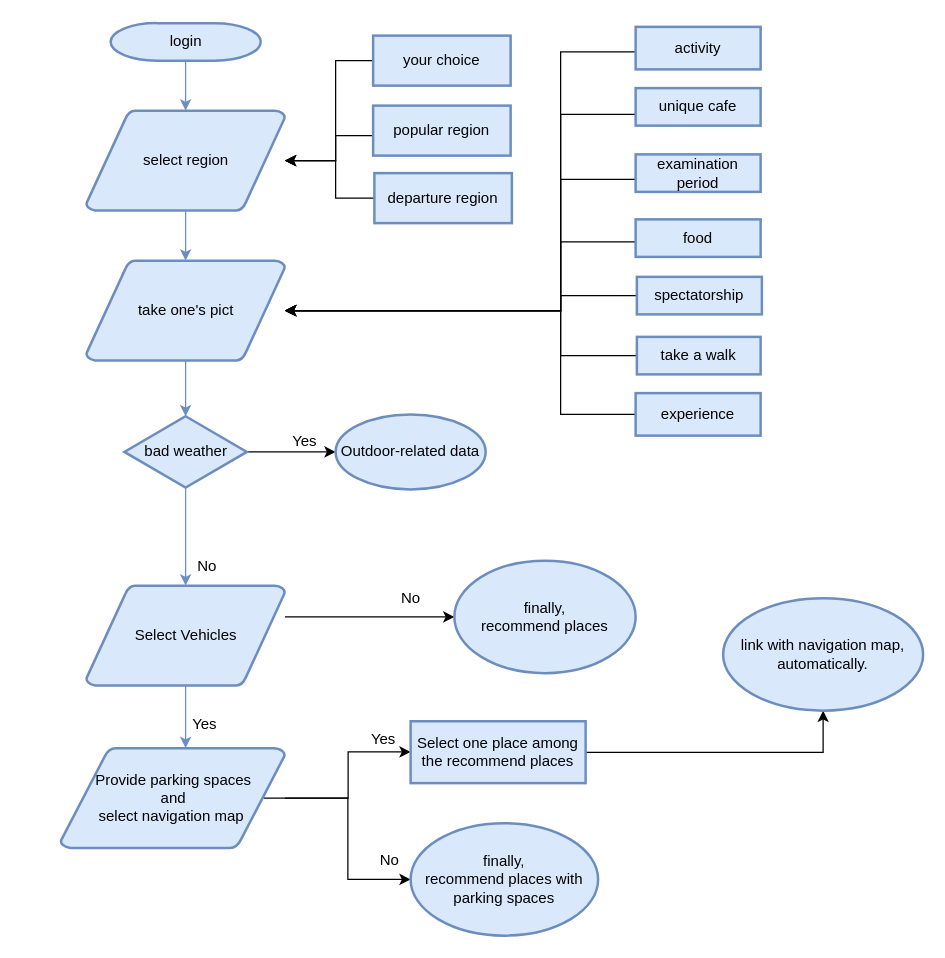
The draw.io diagram Untitled Diagram.drawio in LCR2001/OSS, before the edit. Source tidied: cells renumbered, new cells numbered last; positions are measured from the earlier drawing's top-left corner, leaving out a move shared by most shapes. Both pictures are drawn from the tidied source at 125%, with x=0, y=0 at pixel (60, 22).
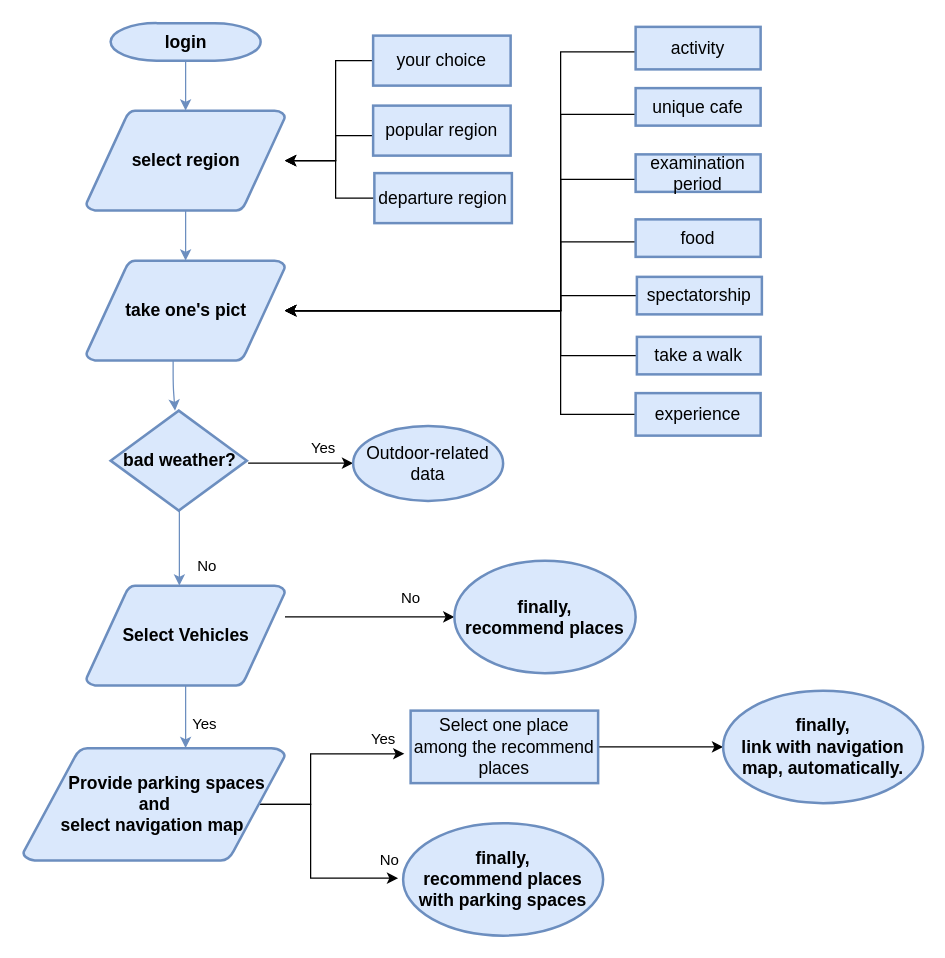
After the change.

Commit message:
The Spot Diagram drawio

The change refers to these unchanged cells:
```xml
<mxCell id="45" value="Yes" style="text;html=1;align=center;verticalAlign=middle;points=[];strokeColor=none;fillColor=none;" parent="1" vertex="1">
  <mxGeometry x="238" y="563" width="40" height="20" as="geometry" />
</mxCell>
```

Change to the diagram source:
```diff
@@
-    <mxCell id="2" value="login" style="shape=mxgraph.flowchart.terminator;strokeWidth=2;gradientDirection=north;fontStyle=0;html=1;fillColor=#dae8fc;strokeColor=#6c8ebf;" parent="1" vertex="1">
+    <mxCell id="2" value="&lt;b&gt;&lt;font style=&quot;font-size: 14px&quot;&gt;login&lt;/font&gt;&lt;/b&gt;" style="shape=mxgraph.flowchart.terminator;strokeWidth=2;gradientDirection=north;fontStyle=0;html=1;fillColor=#dae8fc;strokeColor=#6c8ebf;" parent="1" vertex="1">
       <mxGeometry x="40" width="120" height="30" as="geometry" />
     </mxCell>
@@
-    <mxCell id="6" value="select region" style="shape=mxgraph.flowchart.data;strokeWidth=2;gradientDirection=north;fontStyle=0;html=1;fillColor=#dae8fc;strokeColor=#6c8ebf;" parent="1" vertex="1">
+    <mxCell id="6" value="&lt;font style=&quot;font-size: 14px&quot;&gt;&lt;b&gt;select region&lt;/b&gt;&lt;/font&gt;" style="shape=mxgraph.flowchart.data;strokeWidth=2;gradientDirection=north;fontStyle=0;html=1;fillColor=#dae8fc;strokeColor=#6c8ebf;" parent="1" vertex="1">
       <mxGeometry x="20.5" y="70" width="159" height="80" as="geometry" />
     </mxCell>
@@
-    <mxCell id="8" value="Select Vehicles" style="shape=mxgraph.flowchart.data;strokeWidth=2;gradientDirection=north;fontStyle=0;html=1;fillColor=#dae8fc;strokeColor=#6c8ebf;" parent="1" vertex="1">
+    <mxCell id="8" value="&lt;font style=&quot;font-size: 14px&quot;&gt;&lt;b&gt;Select Vehicles&lt;/b&gt;&lt;/font&gt;" style="shape=mxgraph.flowchart.data;strokeWidth=2;gradientDirection=north;fontStyle=0;html=1;fillColor=#dae8fc;strokeColor=#6c8ebf;" parent="1" vertex="1">
       <mxGeometry x="20.5" y="450" width="159" height="80" as="geometry" />
     </mxCell>
@@
-    <mxCell id="16" value="take one's pict" style="shape=mxgraph.flowchart.data;strokeWidth=2;gradientDirection=north;fontStyle=0;html=1;fillColor=#dae8fc;strokeColor=#6c8ebf;" parent="1" vertex="1">
+    <mxCell id="16" value="&lt;font style=&quot;font-size: 14px&quot;&gt;&lt;b&gt;take one's pict&lt;/b&gt;&lt;/font&gt;" style="shape=mxgraph.flowchart.data;strokeWidth=2;gradientDirection=north;fontStyle=0;html=1;fillColor=#dae8fc;strokeColor=#6c8ebf;" parent="1" vertex="1">
       <mxGeometry x="20.5" y="190" width="159" height="80" as="geometry" />
     </mxCell>
-    <mxCell id="17" style="edgeStyle=orthogonalEdgeStyle;rounded=0;jettySize=auto;html=1;" parent="1" edge="1" source="18" target="37">
-      <mxGeometry relative="1" as="geometry" />
+    <mxCell id="17" style="edgeStyle=orthogonalEdgeStyle;rounded=0;jettySize=auto;html=1;" parent="1" edge="1" target="37">
+      <mxGeometry relative="1" as="geometry">
+        <mxPoint x="150" y="352" as="sourcePoint" />
+        <Array as="points">
+          <mxPoint x="180" y="352" />
+          <mxPoint x="180" y="352" />
+        </Array>
+      </mxGeometry>
     </mxCell>
-    <mxCell id="18" value="bad weather" style="shape=mxgraph.flowchart.decision;strokeWidth=2;gradientDirection=north;fontStyle=0;html=1;fillColor=#dae8fc;strokeColor=#6c8ebf;" parent="1" vertex="1">
-      <mxGeometry x="51" y="314.5" width="98" height="57" as="geometry" />
+    <mxCell id="18" value="&lt;b&gt;&lt;font style=&quot;font-size: 14px&quot;&gt;bad weather?&lt;/font&gt;&lt;/b&gt;" style="shape=mxgraph.flowchart.decision;strokeWidth=2;gradientDirection=north;fontStyle=0;html=1;fillColor=#dae8fc;strokeColor=#6c8ebf;" parent="1" vertex="1">
+      <mxGeometry x="40" y="310" width="109" height="80" as="geometry" />
     </mxCell>
@@
-    <mxCell id="21" style="entryX=0.5;entryY=0;entryPerimeter=0;fontStyle=1;strokeWidth=1;html=1;fillColor=#dae8fc;strokeColor=#6c8ebf;" parent="1" edge="1" source="16" target="18">
-      <mxGeometry relative="1" as="geometry" />
+    <mxCell id="21" style="fontStyle=1;strokeWidth=1;html=1;fillColor=#dae8fc;strokeColor=#6c8ebf;" parent="1" edge="1" target="18">
+      <mxGeometry relative="1" as="geometry">
+        <mxPoint x="90" y="270" as="sourcePoint" />
+        <Array as="points">
+          <mxPoint x="90" y="290" />
+        </Array>
+      </mxGeometry>
     </mxCell>
@@
-    <mxCell id="23" style="edgeStyle=orthogonalEdgeStyle;rounded=0;jettySize=auto;html=1;exitX=0.905;exitY=0.5;exitDx=0;exitDy=0;exitPerimeter=0;" parent="1" edge="1" source="25" target="44">
-      <mxGeometry relative="1" as="geometry">
-        <Array as="points">
-          <mxPoint x="230" y="620" />
-          <mxPoint x="230" y="583" />
-        </Array>
-      </mxGeometry>
-    </mxCell>
-    <mxCell id="24" style="edgeStyle=orthogonalEdgeStyle;rounded=0;jettySize=auto;html=1;" parent="1" edge="1" source="25" target="48">
-      <mxGeometry relative="1" as="geometry" />
-    </mxCell>
+    <mxCell id="49" style="edgeStyle=orthogonalEdgeStyle;rounded=0;jettySize=auto;html=1;exitX=0.905;exitY=0.5;exitDx=0;exitDy=0;exitPerimeter=0;entryX=0.925;entryY=1.075;entryDx=0;entryDy=0;entryPerimeter=0;fontSize=14;" parent="1" edge="1" source="25" target="45">
+      <mxGeometry relative="1" as="geometry">
+        <Array as="points">
+          <mxPoint x="200" y="625" />
+          <mxPoint x="200" y="585" />
+        </Array>
+      </mxGeometry>
+    </mxCell>
+    <mxCell id="50" style="edgeStyle=orthogonalEdgeStyle;rounded=0;jettySize=auto;html=1;exitX=0.905;exitY=0.5;exitDx=0;exitDy=0;exitPerimeter=0;fontSize=14;" parent="1" edge="1" source="25">
+      <mxGeometry relative="1" as="geometry">
+        <mxPoint x="270" y="684" as="targetPoint" />
+        <Array as="points">
+          <mxPoint x="200" y="625" />
+          <mxPoint x="200" y="684" />
+        </Array>
+      </mxGeometry>
+    </mxCell>
-    <mxCell id="25" value="Provide parking spaces&lt;br&gt;and&lt;br&gt;select navigation map&amp;nbsp;" style="shape=mxgraph.flowchart.data;strokeWidth=2;gradientDirection=north;fontStyle=0;html=1;fillColor=#dae8fc;strokeColor=#6c8ebf;" parent="1" vertex="1">
-      <mxGeometry y="580" width="179.5" height="80" as="geometry" />
+    <mxCell id="25" value="&lt;font style=&quot;font-size: 14px&quot;&gt;&lt;b&gt;&amp;nbsp; &amp;nbsp; &amp;nbsp;Provide parking spaces&lt;br&gt;and&lt;br&gt;select navigation map&amp;nbsp;&lt;/b&gt;&lt;/font&gt;" style="shape=mxgraph.flowchart.data;strokeWidth=2;gradientDirection=north;fontStyle=0;html=1;fillColor=#dae8fc;strokeColor=#6c8ebf;" parent="1" vertex="1">
+      <mxGeometry x="-30" y="580" width="209.5" height="90" as="geometry" />
     </mxCell>
@@
-    <mxCell id="27" value="your choice" style="whiteSpace=wrap;html=1;fontStyle=0;strokeColor=#6c8ebf;strokeWidth=2;fillColor=#dae8fc;gradientDirection=north;" parent="1" vertex="1">
+    <mxCell id="27" value="&lt;font style=&quot;font-size: 14px&quot;&gt;your choice&lt;/font&gt;" style="whiteSpace=wrap;html=1;fontStyle=0;strokeColor=#6c8ebf;strokeWidth=2;fillColor=#dae8fc;gradientDirection=north;" parent="1" vertex="1">
       <mxGeometry x="250" y="10" width="110" height="40" as="geometry" />
     </mxCell>
-    <mxCell id="28" value="popular region" style="whiteSpace=wrap;html=1;fontStyle=0;strokeColor=#6c8ebf;strokeWidth=2;fillColor=#dae8fc;gradientDirection=north;" parent="1" vertex="1">
+    <mxCell id="28" value="&lt;font style=&quot;font-size: 14px&quot;&gt;popular region&lt;/font&gt;" style="whiteSpace=wrap;html=1;fontStyle=0;strokeColor=#6c8ebf;strokeWidth=2;fillColor=#dae8fc;gradientDirection=north;" parent="1" vertex="1">
       <mxGeometry x="250" y="66" width="110" height="40" as="geometry" />
     </mxCell>
-    <mxCell id="29" value="departure region" style="whiteSpace=wrap;html=1;fontStyle=0;strokeColor=#6c8ebf;strokeWidth=2;fillColor=#dae8fc;gradientDirection=north;" parent="1" vertex="1">
+    <mxCell id="29" value="&lt;font style=&quot;font-size: 14px&quot;&gt;departure region&lt;/font&gt;" style="whiteSpace=wrap;html=1;fontStyle=0;strokeColor=#6c8ebf;strokeWidth=2;fillColor=#dae8fc;gradientDirection=north;" parent="1" vertex="1">
       <mxGeometry x="251" y="120" width="110" height="40" as="geometry" />
     </mxCell>
-    <mxCell id="30" value="activity" style="whiteSpace=wrap;html=1;fontStyle=0;strokeColor=#6c8ebf;strokeWidth=2;fillColor=#dae8fc;gradientDirection=north;" parent="1" vertex="1">
+    <mxCell id="30" value="&lt;font style=&quot;font-size: 14px&quot;&gt;activity&lt;/font&gt;" style="whiteSpace=wrap;html=1;fontStyle=0;strokeColor=#6c8ebf;strokeWidth=2;fillColor=#dae8fc;gradientDirection=north;" parent="1" vertex="1">
       <mxGeometry x="460" y="3" width="100" height="34" as="geometry" />
     </mxCell>
-    <mxCell id="31" value="unique cafe" style="whiteSpace=wrap;html=1;fontStyle=0;strokeColor=#6c8ebf;strokeWidth=2;fillColor=#dae8fc;gradientDirection=north;" parent="1" vertex="1">
+    <mxCell id="31" value="&lt;font style=&quot;font-size: 14px&quot;&gt;unique cafe&lt;/font&gt;" style="whiteSpace=wrap;html=1;fontStyle=0;strokeColor=#6c8ebf;strokeWidth=2;fillColor=#dae8fc;gradientDirection=north;" parent="1" vertex="1">
       <mxGeometry x="460" y="52" width="100" height="30" as="geometry" />
     </mxCell>
-    <mxCell id="32" value="examination period" style="whiteSpace=wrap;html=1;fontStyle=0;strokeColor=#6c8ebf;strokeWidth=2;fillColor=#dae8fc;gradientDirection=north;" parent="1" vertex="1">
+    <mxCell id="32" value="&lt;font style=&quot;font-size: 14px&quot;&gt;examination period&lt;/font&gt;" style="whiteSpace=wrap;html=1;fontStyle=0;strokeColor=#6c8ebf;strokeWidth=2;fillColor=#dae8fc;gradientDirection=north;" parent="1" vertex="1">
       <mxGeometry x="460" y="105" width="100" height="30" as="geometry" />
     </mxCell>
-    <mxCell id="33" value="food" style="whiteSpace=wrap;html=1;fontStyle=0;strokeColor=#6c8ebf;strokeWidth=2;fillColor=#dae8fc;gradientDirection=north;" parent="1" vertex="1">
+    <mxCell id="33" value="&lt;font style=&quot;font-size: 14px&quot;&gt;food&lt;/font&gt;" style="whiteSpace=wrap;html=1;fontStyle=0;strokeColor=#6c8ebf;strokeWidth=2;fillColor=#dae8fc;gradientDirection=north;" parent="1" vertex="1">
       <mxGeometry x="460" y="157" width="100" height="30" as="geometry" />
     </mxCell>
-    <mxCell id="34" value="spectatorship" style="whiteSpace=wrap;html=1;fontStyle=0;strokeColor=#6c8ebf;strokeWidth=2;fillColor=#dae8fc;gradientDirection=north;" parent="1" vertex="1">
+    <mxCell id="34" value="&lt;font style=&quot;font-size: 14px&quot;&gt;spectatorship&lt;/font&gt;" style="whiteSpace=wrap;html=1;fontStyle=0;strokeColor=#6c8ebf;strokeWidth=2;fillColor=#dae8fc;gradientDirection=north;" parent="1" vertex="1">
       <mxGeometry x="461" y="203" width="100" height="30" as="geometry" />
     </mxCell>
-    <mxCell id="35" value="take a walk" style="whiteSpace=wrap;html=1;fontStyle=0;strokeColor=#6c8ebf;strokeWidth=2;fillColor=#dae8fc;gradientDirection=north;" parent="1" vertex="1">
+    <mxCell id="35" value="&lt;font style=&quot;font-size: 14px&quot;&gt;take a walk&lt;/font&gt;" style="whiteSpace=wrap;html=1;fontStyle=0;strokeColor=#6c8ebf;strokeWidth=2;fillColor=#dae8fc;gradientDirection=north;" parent="1" vertex="1">
       <mxGeometry x="461" y="251" width="99" height="30" as="geometry" />
     </mxCell>
-    <mxCell id="36" value="experience" style="whiteSpace=wrap;html=1;fontStyle=0;strokeColor=#6c8ebf;strokeWidth=2;fillColor=#dae8fc;gradientDirection=north;" parent="1" vertex="1">
+    <mxCell id="36" value="&lt;font style=&quot;font-size: 14px&quot;&gt;experience&lt;/font&gt;" style="whiteSpace=wrap;html=1;fontStyle=0;strokeColor=#6c8ebf;strokeWidth=2;fillColor=#dae8fc;gradientDirection=north;" parent="1" vertex="1">
       <mxGeometry x="460" y="296" width="100" height="34" as="geometry" />
     </mxCell>
-    <mxCell id="37" value="Outdoor-related data" style="ellipse;whiteSpace=wrap;html=1;fontStyle=0;strokeColor=#6c8ebf;strokeWidth=2;fillColor=#dae8fc;gradientDirection=north;" parent="1" vertex="1">
-      <mxGeometry x="220" y="313" width="120" height="60" as="geometry" />
+    <mxCell id="37" value="&lt;font style=&quot;font-size: 14px&quot;&gt;Outdoor-related data&lt;/font&gt;" style="ellipse;whiteSpace=wrap;html=1;fontStyle=0;strokeColor=#6c8ebf;strokeWidth=2;fillColor=#dae8fc;gradientDirection=north;" parent="1" vertex="1">
+      <mxGeometry x="234" y="322.2" width="120" height="60" as="geometry" />
     </mxCell>
     <mxCell id="38" value="Yes" style="text;html=1;align=center;verticalAlign=middle;strokeColor=none;fillColor=none;" parent="1" vertex="1">
-      <mxGeometry x="175" y="325" width="40" height="20" as="geometry" />
+      <mxGeometry x="190" y="330" width="40" height="20" as="geometry" />
     </mxCell>
@@
-    <mxCell id="42" value="finally,&lt;br&gt;recommend places" style="ellipse;whiteSpace=wrap;html=1;fontStyle=0;strokeColor=#6c8ebf;strokeWidth=2;fillColor=#dae8fc;gradientDirection=north;" parent="1" vertex="1">
+    <mxCell id="42" value="&lt;b&gt;&lt;font style=&quot;font-size: 14px&quot;&gt;finally,&lt;br&gt;recommend places&lt;/font&gt;&lt;/b&gt;" style="ellipse;whiteSpace=wrap;html=1;fontStyle=0;strokeColor=#6c8ebf;strokeWidth=2;fillColor=#dae8fc;gradientDirection=north;" parent="1" vertex="1">
       <mxGeometry x="315" y="430" width="145" height="90" as="geometry" />
     </mxCell>
@@
-    <mxCell id="44" value="Select one place among the recommend places" style="whiteSpace=wrap;html=1;fontStyle=0;strokeColor=#6c8ebf;strokeWidth=2;fillColor=#dae8fc;gradientDirection=north;" parent="1" vertex="1">
-      <mxGeometry x="280" y="558.5" width="140" height="49.5" as="geometry" />
+    <mxCell id="44" value="&lt;font style=&quot;font-size: 14px&quot;&gt;Select one place among the recommend places&lt;/font&gt;" style="whiteSpace=wrap;html=1;fontStyle=0;strokeColor=#6c8ebf;strokeWidth=2;fillColor=#dae8fc;gradientDirection=north;" parent="1" vertex="1">
+      <mxGeometry x="280" y="550" width="150" height="58" as="geometry" />
     </mxCell>
@@
-    <mxCell id="46" value="link with navigation map, automatically." style="ellipse;whiteSpace=wrap;html=1;fontStyle=0;strokeColor=#6c8ebf;strokeWidth=2;fillColor=#dae8fc;gradientDirection=north;" parent="1" vertex="1">
-      <mxGeometry x="530" y="460" width="160" height="90" as="geometry" />
+    <mxCell id="46" value="&lt;font style=&quot;font-size: 14px&quot;&gt;&lt;b&gt;finally,&lt;br&gt;link with navigation map, automatically.&lt;/b&gt;&lt;/font&gt;" style="ellipse;whiteSpace=wrap;html=1;fontStyle=0;strokeColor=#6c8ebf;strokeWidth=2;fillColor=#dae8fc;gradientDirection=north;" parent="1" vertex="1">
+      <mxGeometry x="530" y="534" width="160" height="90" as="geometry" />
     </mxCell>
@@
-    <mxCell id="48" value="finally,&lt;br&gt;recommend places with parking spaces" style="ellipse;whiteSpace=wrap;html=1;fontStyle=0;strokeColor=#6c8ebf;strokeWidth=2;fillColor=#dae8fc;gradientDirection=north;" parent="1" vertex="1">
-      <mxGeometry x="280" y="640" width="150" height="90" as="geometry" />
+    <mxCell id="48" value="&lt;font style=&quot;font-size: 14px&quot;&gt;&lt;b&gt;finally,&lt;br&gt;recommend places with parking spaces&lt;/b&gt;&lt;/font&gt;" style="ellipse;whiteSpace=wrap;html=1;fontStyle=0;strokeColor=#6c8ebf;strokeWidth=2;fillColor=#dae8fc;gradientDirection=north;" parent="1" vertex="1">
+      <mxGeometry x="274" y="640" width="160" height="90" as="geometry" />
     </mxCell>
```
